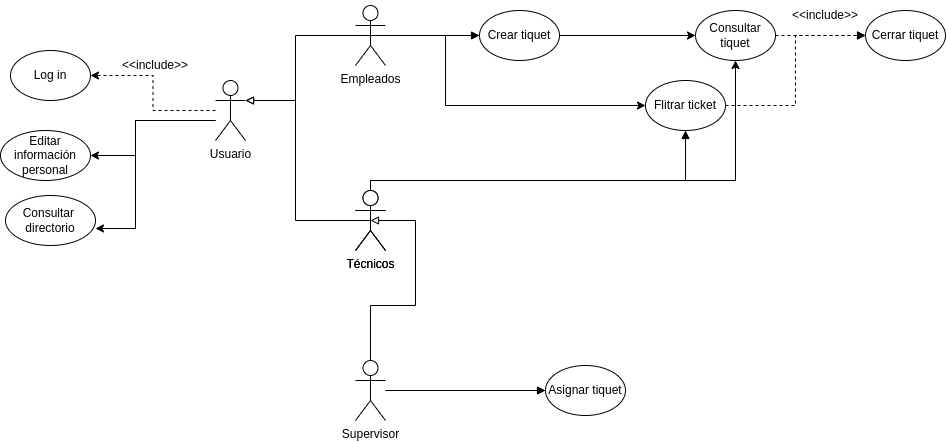
The draw.io diagram Diagrama de cassos dús.drawio.png in luquetoon/Ticketing_Alex_Sergi, before a commit. Source tidied: cells renumbered, new cells last; positions are measured from the earlier drawing's top-left corner, leaving out a move shared by most shapes.
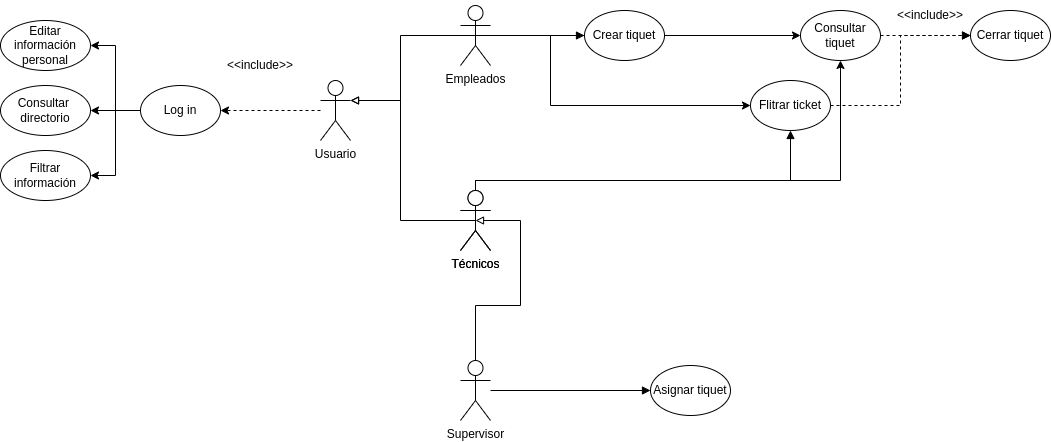
Later version of the same file.

What changed in the source:
```diff
@@ -5,22 +5,6 @@
     <mxCell id="2" style="edgeStyle=orthogonalEdgeStyle;rounded=0;jettySize=auto;html=1;entryX=1;entryY=0.5;entryDx=0;entryDy=0;dashed=1;" parent="1" edge="1" source="5" target="14">
       <mxGeometry relative="1" as="geometry" />
     </mxCell>
-    <mxCell id="3" style="edgeStyle=orthogonalEdgeStyle;rounded=0;jettySize=auto;html=1;entryX=1;entryY=0.5;entryDx=0;entryDy=0;" parent="1" edge="1" source="5" target="17">
-      <mxGeometry relative="1" as="geometry">
-        <Array as="points">
-          <mxPoint x="135" y="120" />
-          <mxPoint x="135" y="155" />
-        </Array>
-      </mxGeometry>
-    </mxCell>
-    <mxCell id="4" style="edgeStyle=orthogonalEdgeStyle;rounded=0;jettySize=auto;html=1;entryX=1;entryY=0.66;entryDx=0;entryDy=0;entryPerimeter=0;" parent="1" edge="1" source="5" target="18">
-      <mxGeometry relative="1" as="geometry">
-        <Array as="points">
-          <mxPoint x="135" y="120" />
-          <mxPoint x="135" y="228" />
-        </Array>
-      </mxGeometry>
-    </mxCell>
     <mxCell id="5" value="Usuario" style="shape=umlActor;verticalLabelPosition=bottom;verticalAlign=top;html=1;outlineConnect=0;" parent="1" vertex="1">
       <mxGeometry x="215" y="80" width="30" height="60" as="geometry" />
     </mxCell>
@@ -67,8 +51,17 @@
     <mxCell id="13" value="Supervisor" style="shape=umlActor;verticalLabelPosition=bottom;verticalAlign=top;html=1;outlineConnect=0;" parent="1" vertex="1">
       <mxGeometry x="355" y="360" width="30" height="60" as="geometry" />
     </mxCell>
+    <mxCell id="32" style="edgeStyle=orthogonalEdgeStyle;rounded=0;jettySize=auto;html=1;entryX=1;entryY=0.5;entryDx=0;entryDy=0;" parent="1" edge="1" source="14" target="17">
+      <mxGeometry relative="1" as="geometry" />
+    </mxCell>
+    <mxCell id="33" style="edgeStyle=orthogonalEdgeStyle;rounded=0;jettySize=auto;html=1;entryX=1;entryY=0.5;entryDx=0;entryDy=0;" parent="1" edge="1" source="14" target="18">
+      <mxGeometry relative="1" as="geometry" />
+    </mxCell>
+    <mxCell id="34" style="edgeStyle=orthogonalEdgeStyle;rounded=0;jettySize=auto;html=1;entryX=1;entryY=0.5;entryDx=0;entryDy=0;" parent="1" edge="1" source="14" target="35">
+      <mxGeometry relative="1" as="geometry" />
+    </mxCell>
     <mxCell id="14" value="Log in" style="ellipse;whiteSpace=wrap;html=1;" parent="1" vertex="1">
-      <mxGeometry x="10" y="50" width="80" height="50" as="geometry" />
+      <mxGeometry x="35" y="85" width="80" height="50" as="geometry" />
     </mxCell>
     <mxCell id="15" value="Asignar tiquet" style="ellipse;whiteSpace=wrap;html=1;" parent="1" vertex="1">
       <mxGeometry x="545" y="365" width="80" height="50" as="geometry" />
@@ -77,10 +70,10 @@
       <mxGeometry x="125" y="50" width="60" height="30" as="geometry" />
     </mxCell>
     <mxCell id="17" value="Editar información personal" style="ellipse;whiteSpace=wrap;html=1;" parent="1" vertex="1">
-      <mxGeometry y="130" width="90" height="50" as="geometry" />
+      <mxGeometry x="-105" y="20" width="90" height="50" as="geometry" />
     </mxCell>
     <mxCell id="18" value="Consultar&amp;nbsp;&lt;br&gt;directorio" style="ellipse;whiteSpace=wrap;html=1;" parent="1" vertex="1">
-      <mxGeometry x="5" y="195" width="90" height="50" as="geometry" />
+      <mxGeometry x="-105" y="85" width="90" height="50" as="geometry" />
     </mxCell>
     <mxCell id="19" value="&amp;lt;&amp;lt;include&amp;gt;&amp;gt;" style="text;html=1;strokeColor=none;fillColor=none;align=center;verticalAlign=middle;whiteSpace=wrap;rounded=0;" parent="1" vertex="1">
       <mxGeometry x="795" width="60" height="30" as="geometry" />
@@ -139,5 +132,8 @@
     <mxCell id="31" value="Flitrar ticket" style="ellipse;whiteSpace=wrap;html=1;" parent="1" vertex="1">
       <mxGeometry x="645" y="80" width="80" height="50" as="geometry" />
     </mxCell>
+    <mxCell id="35" value="Filtrar información" style="ellipse;whiteSpace=wrap;html=1;" parent="1" vertex="1">
+      <mxGeometry x="-105" y="150" width="90" height="50" as="geometry" />
+    </mxCell>
   </root>
 </mxGraphModel>
```
